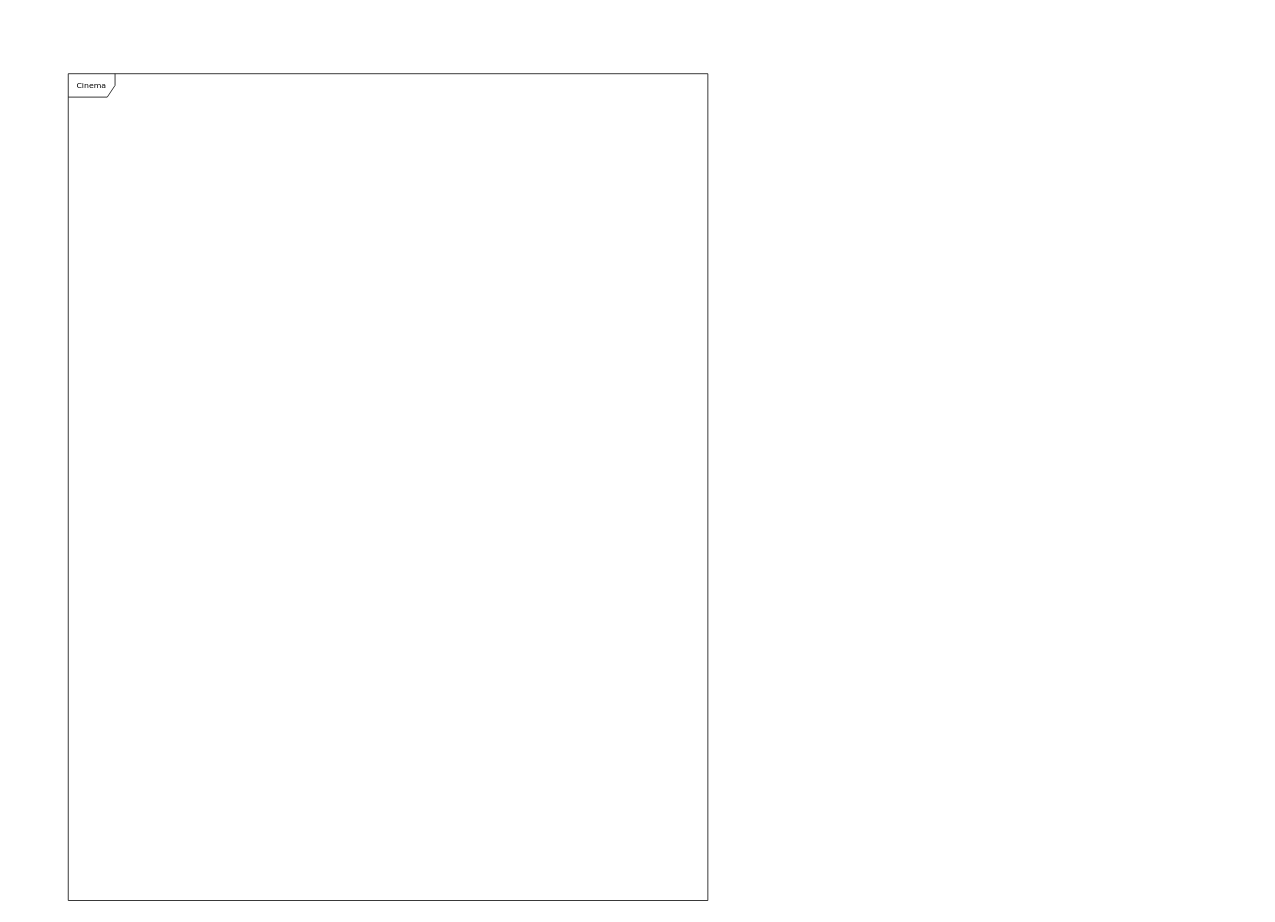
Before: Classes.drawio in hitchhiker1986/OEP_bigFinalHomeWork, a draw.io diagram. Source tidied: cells renumbered, new cells numbered last; positions are measured from the earlier drawing's top-left corner, leaving out a move shared by most shapes. Both pictures are drawn from the tidied source at 78%, with x=0, y=0 at pixel (68, 73).
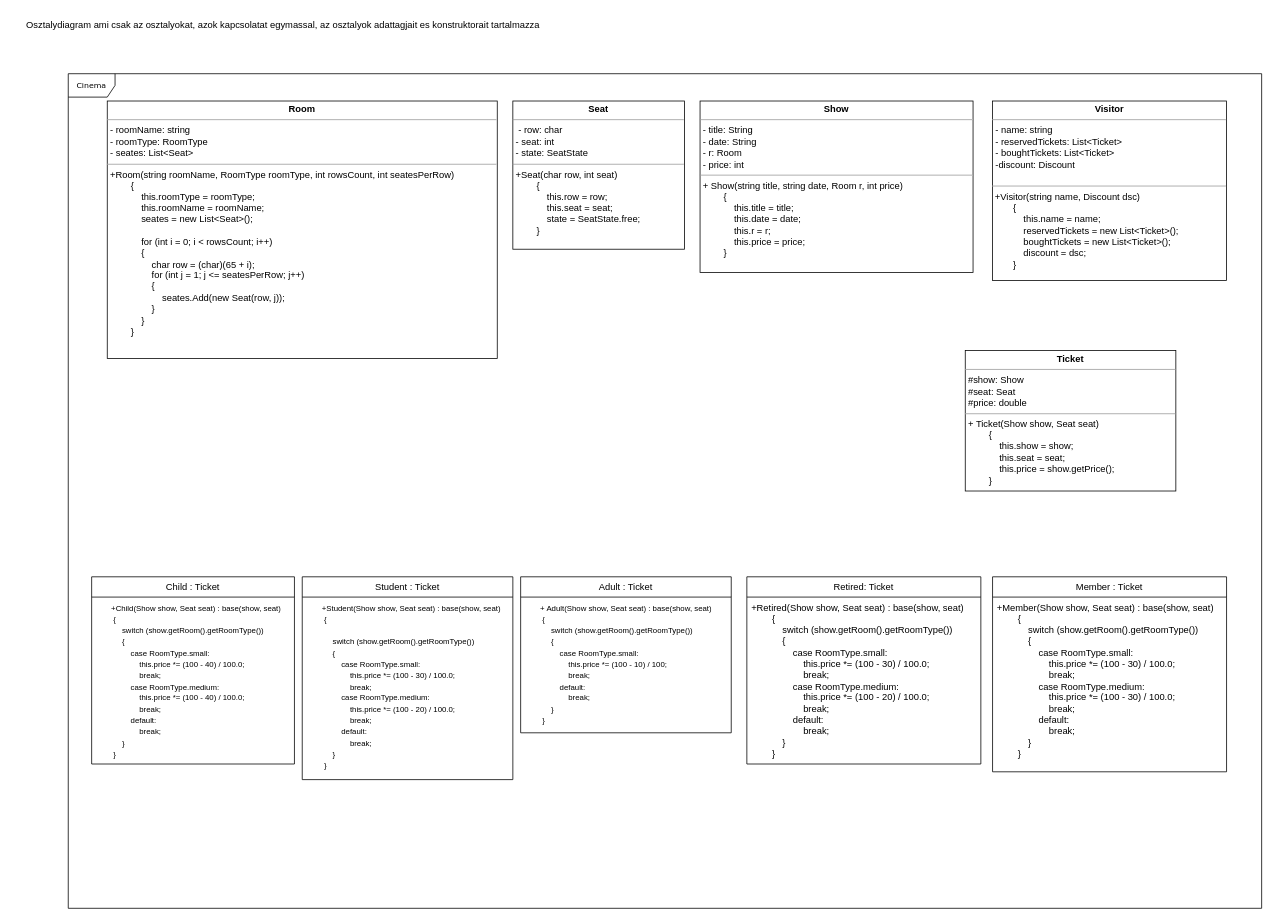
The same page after the edit.

Commit message:
Only connections missing

The edit, as a diff of the source:
```diff
@@
 <mxGraphModel>
   <root>
     <mxCell id="0" />
     <mxCell id="1" parent="0" />
     <mxCell id="2" value="Cinema" style="shape=umlFrame;whiteSpace=wrap;html=1;rounded=0;shadow=0;comic=0;labelBackgroundColor=none;strokeWidth=1;fontFamily=Verdana;fontSize=10;align=center;" parent="1" vertex="1">
-      <mxGeometry width="820" height="1060" as="geometry" />
+      <mxGeometry width="1530" height="1070" as="geometry" />
     </mxCell>
+    <mxCell id="3" value="&lt;p style=&quot;margin:0px;margin-top:4px;text-align:center;&quot;&gt;&lt;b&gt;Room&lt;/b&gt;&lt;/p&gt;&lt;hr size=&quot;1&quot;&gt;&lt;p style=&quot;margin:0px;margin-left:4px;&quot;&gt;- roomName: string&lt;/p&gt;&lt;p style=&quot;margin:0px;margin-left:4px;&quot;&gt;- roomType: RoomType&lt;br&gt;- seates: List&amp;lt;Seat&amp;gt;&lt;br&gt;&lt;/p&gt;&lt;hr size=&quot;1&quot;&gt;&lt;p style=&quot;margin:0px;margin-left:4px;&quot;&gt;+Room(string roomName, RoomType roomType, int rowsCount, int seatesPerRow) &lt;br&gt;&amp;nbsp;&amp;nbsp;&amp;nbsp;&amp;nbsp;&amp;nbsp;&amp;nbsp;&amp;nbsp; {&lt;br&gt;&amp;nbsp;&amp;nbsp;&amp;nbsp;&amp;nbsp;&amp;nbsp;&amp;nbsp;&amp;nbsp;&amp;nbsp;&amp;nbsp;&amp;nbsp;&amp;nbsp; this.roomType = roomType;&lt;br&gt;&amp;nbsp;&amp;nbsp;&amp;nbsp;&amp;nbsp;&amp;nbsp;&amp;nbsp;&amp;nbsp;&amp;nbsp;&amp;nbsp;&amp;nbsp;&amp;nbsp; this.roomName = roomName;&lt;br&gt;&amp;nbsp;&amp;nbsp;&amp;nbsp;&amp;nbsp;&amp;nbsp;&amp;nbsp;&amp;nbsp;&amp;nbsp;&amp;nbsp;&amp;nbsp;&amp;nbsp; seates = new List&amp;lt;Seat&amp;gt;();&lt;br&gt;&lt;br&gt;&amp;nbsp;&amp;nbsp;&amp;nbsp;&amp;nbsp;&amp;nbsp;&amp;nbsp;&amp;nbsp;&amp;nbsp;&amp;nbsp;&amp;nbsp;&amp;nbsp; for (int i = 0; i &amp;lt; rowsCount; i++)&lt;br&gt;&amp;nbsp;&amp;nbsp;&amp;nbsp;&amp;nbsp;&amp;nbsp;&amp;nbsp;&amp;nbsp;&amp;nbsp;&amp;nbsp;&amp;nbsp;&amp;nbsp; {&lt;br&gt;&amp;nbsp;&amp;nbsp;&amp;nbsp;&amp;nbsp;&amp;nbsp;&amp;nbsp;&amp;nbsp;&amp;nbsp;&amp;nbsp;&amp;nbsp;&amp;nbsp;&amp;nbsp;&amp;nbsp;&amp;nbsp;&amp;nbsp; char row = (char)(65 + i);&lt;br&gt;&amp;nbsp;&amp;nbsp;&amp;nbsp;&amp;nbsp;&amp;nbsp;&amp;nbsp;&amp;nbsp;&amp;nbsp;&amp;nbsp;&amp;nbsp;&amp;nbsp;&amp;nbsp;&amp;nbsp;&amp;nbsp;&amp;nbsp; for (int j = 1; j &amp;lt;= seatesPerRow; j++)&lt;br&gt;&amp;nbsp;&amp;nbsp;&amp;nbsp;&amp;nbsp;&amp;nbsp;&amp;nbsp;&amp;nbsp;&amp;nbsp;&amp;nbsp;&amp;nbsp;&amp;nbsp;&amp;nbsp;&amp;nbsp;&amp;nbsp;&amp;nbsp; {&lt;br&gt;&amp;nbsp;&amp;nbsp;&amp;nbsp;&amp;nbsp;&amp;nbsp;&amp;nbsp;&amp;nbsp;&amp;nbsp;&amp;nbsp;&amp;nbsp;&amp;nbsp;&amp;nbsp;&amp;nbsp;&amp;nbsp;&amp;nbsp;&amp;nbsp;&amp;nbsp;&amp;nbsp;&amp;nbsp; seates.Add(new Seat(row, j));&lt;br&gt;&amp;nbsp;&amp;nbsp;&amp;nbsp;&amp;nbsp;&amp;nbsp;&amp;nbsp;&amp;nbsp;&amp;nbsp;&amp;nbsp;&amp;nbsp;&amp;nbsp;&amp;nbsp;&amp;nbsp;&amp;nbsp;&amp;nbsp; }&lt;br&gt;&amp;nbsp;&amp;nbsp;&amp;nbsp;&amp;nbsp;&amp;nbsp;&amp;nbsp;&amp;nbsp;&amp;nbsp;&amp;nbsp;&amp;nbsp;&amp;nbsp; }&lt;br&gt;&amp;nbsp;&amp;nbsp;&amp;nbsp;&amp;nbsp;&amp;nbsp;&amp;nbsp;&amp;nbsp; }&lt;br&gt;&lt;/p&gt;" style="verticalAlign=top;align=left;overflow=fill;fontSize=12;fontFamily=Helvetica;html=1;whiteSpace=wrap;" parent="1" vertex="1">
+      <mxGeometry x="50" y="35" width="500" height="330" as="geometry" />
+    </mxCell>
+    <mxCell id="4" value="&lt;p style=&quot;margin:0px;margin-top:4px;text-align:center;&quot;&gt;&lt;b&gt;Seat&lt;/b&gt;&lt;br&gt;&lt;/p&gt;&lt;hr size=&quot;1&quot;&gt;&lt;p style=&quot;margin:0px;margin-left:4px;&quot;&gt;&amp;nbsp;- row: char&lt;br&gt;- seat: int&lt;br&gt;- state: SeatState&lt;br&gt;&lt;/p&gt;&lt;hr size=&quot;1&quot;&gt;&lt;p style=&quot;margin:0px;margin-left:4px;&quot;&gt;+Seat(char row, int seat)&lt;br&gt;&amp;nbsp;&amp;nbsp;&amp;nbsp;&amp;nbsp;&amp;nbsp;&amp;nbsp;&amp;nbsp; {&lt;br&gt;&amp;nbsp;&amp;nbsp;&amp;nbsp;&amp;nbsp;&amp;nbsp;&amp;nbsp;&amp;nbsp;&amp;nbsp;&amp;nbsp;&amp;nbsp;&amp;nbsp; this.row = row;&lt;br&gt;&amp;nbsp;&amp;nbsp;&amp;nbsp;&amp;nbsp;&amp;nbsp;&amp;nbsp;&amp;nbsp;&amp;nbsp;&amp;nbsp;&amp;nbsp;&amp;nbsp; this.seat = seat;&lt;br&gt;&amp;nbsp;&amp;nbsp;&amp;nbsp;&amp;nbsp;&amp;nbsp;&amp;nbsp;&amp;nbsp;&amp;nbsp;&amp;nbsp;&amp;nbsp;&amp;nbsp; state = SeatState.free;&lt;br&gt;&amp;nbsp;&amp;nbsp;&amp;nbsp;&amp;nbsp;&amp;nbsp;&amp;nbsp;&amp;nbsp; }&lt;br&gt;&lt;/p&gt;" style="verticalAlign=top;align=left;overflow=fill;fontSize=12;fontFamily=Helvetica;html=1;whiteSpace=wrap;" parent="1" vertex="1">
+      <mxGeometry x="570" y="35" width="220" height="190" as="geometry" />
+    </mxCell>
+    <mxCell id="5" value="&lt;p style=&quot;margin:0px;margin-top:4px;text-align:center;&quot;&gt;&lt;b&gt;Show&lt;/b&gt;&lt;br&gt;&lt;/p&gt;&lt;hr size=&quot;1&quot;&gt;&lt;p style=&quot;margin:0px;margin-left:4px;&quot;&gt;- title: String&lt;/p&gt;&lt;p style=&quot;margin:0px;margin-left:4px;&quot;&gt;- date: String&lt;/p&gt;&lt;p style=&quot;margin:0px;margin-left:4px;&quot;&gt;- r: Room&lt;/p&gt;&lt;p style=&quot;margin:0px;margin-left:4px;&quot;&gt;- price: int&lt;br&gt;&lt;/p&gt;&lt;hr size=&quot;1&quot;&gt;&lt;p style=&quot;margin:0px;margin-left:4px;&quot;&gt;+ Show(string title, string date, Room r, int price)&lt;br&gt;&amp;nbsp;&amp;nbsp;&amp;nbsp;&amp;nbsp;&amp;nbsp;&amp;nbsp;&amp;nbsp; {&lt;br&gt;&amp;nbsp;&amp;nbsp;&amp;nbsp;&amp;nbsp;&amp;nbsp;&amp;nbsp;&amp;nbsp;&amp;nbsp;&amp;nbsp;&amp;nbsp;&amp;nbsp; this.title = title;&lt;br&gt;&amp;nbsp;&amp;nbsp;&amp;nbsp;&amp;nbsp;&amp;nbsp;&amp;nbsp;&amp;nbsp;&amp;nbsp;&amp;nbsp;&amp;nbsp;&amp;nbsp; this.date = date;&lt;br&gt;&amp;nbsp;&amp;nbsp;&amp;nbsp;&amp;nbsp;&amp;nbsp;&amp;nbsp;&amp;nbsp;&amp;nbsp;&amp;nbsp;&amp;nbsp;&amp;nbsp; this.r = r;&lt;br&gt;&amp;nbsp;&amp;nbsp;&amp;nbsp;&amp;nbsp;&amp;nbsp;&amp;nbsp;&amp;nbsp;&amp;nbsp;&amp;nbsp;&amp;nbsp;&amp;nbsp; this.price = price;&lt;br&gt;&amp;nbsp;&amp;nbsp;&amp;nbsp;&amp;nbsp;&amp;nbsp;&amp;nbsp;&amp;nbsp; }&lt;br&gt;&lt;/p&gt;" style="verticalAlign=top;align=left;overflow=fill;fontSize=12;fontFamily=Helvetica;html=1;whiteSpace=wrap;" parent="1" vertex="1">
+      <mxGeometry x="810" y="35" width="350" height="220" as="geometry" />
+    </mxCell>
+    <mxCell id="6" value="&lt;p style=&quot;margin:0px;margin-top:4px;text-align:center;&quot;&gt;&lt;b&gt;Visitor&lt;/b&gt;&lt;br&gt;&lt;/p&gt;&lt;hr size=&quot;1&quot;&gt;&lt;p style=&quot;margin:0px;margin-left:4px;&quot;&gt;- name: string&lt;br&gt;- reservedTickets: List&amp;lt;Ticket&amp;gt;&lt;/p&gt;&lt;p style=&quot;margin:0px;margin-left:4px;&quot;&gt;- boughtTickets: List&amp;lt;Ticket&amp;gt;&lt;/p&gt;&lt;p style=&quot;margin:0px;margin-left:4px;&quot;&gt;-discount: Discount&lt;br&gt;&lt;/p&gt;&lt;p style=&quot;margin:0px;margin-left:4px;&quot;&gt;&lt;br&gt;&lt;/p&gt;&lt;hr size=&quot;1&quot;&gt;&amp;nbsp;+Visitor(string name, Discount dsc) &lt;br&gt;&amp;nbsp;&amp;nbsp;&amp;nbsp;&amp;nbsp;&amp;nbsp;&amp;nbsp;&amp;nbsp; {&lt;br&gt;&amp;nbsp;&amp;nbsp;&amp;nbsp;&amp;nbsp;&amp;nbsp;&amp;nbsp;&amp;nbsp;&amp;nbsp;&amp;nbsp;&amp;nbsp;&amp;nbsp; this.name = name;&lt;br&gt;&amp;nbsp;&amp;nbsp;&amp;nbsp;&amp;nbsp;&amp;nbsp;&amp;nbsp;&amp;nbsp;&amp;nbsp;&amp;nbsp;&amp;nbsp;&amp;nbsp; reservedTickets = new List&amp;lt;Ticket&amp;gt;();&lt;br&gt;&amp;nbsp;&amp;nbsp;&amp;nbsp;&amp;nbsp;&amp;nbsp;&amp;nbsp;&amp;nbsp;&amp;nbsp;&amp;nbsp;&amp;nbsp;&amp;nbsp; boughtTickets = new List&amp;lt;Ticket&amp;gt;();&lt;br&gt;&amp;nbsp;&amp;nbsp;&amp;nbsp;&amp;nbsp;&amp;nbsp;&amp;nbsp;&amp;nbsp;&amp;nbsp;&amp;nbsp;&amp;nbsp;&amp;nbsp; discount = dsc;&lt;br&gt;&amp;nbsp;&amp;nbsp;&amp;nbsp;&amp;nbsp;&amp;nbsp;&amp;nbsp;&amp;nbsp; }" style="verticalAlign=top;align=left;overflow=fill;fontSize=12;fontFamily=Helvetica;html=1;whiteSpace=wrap;" parent="1" vertex="1">
+      <mxGeometry x="1185" y="35" width="300" height="230" as="geometry" />
+    </mxCell>
+    <mxCell id="7" value="&lt;p style=&quot;margin:0px;margin-top:4px;text-align:center;&quot;&gt;&lt;b&gt;Ticket&lt;/b&gt;&lt;br&gt;&lt;/p&gt;&lt;hr size=&quot;1&quot;&gt;&lt;p style=&quot;margin:0px;margin-left:4px;&quot;&gt;#show: Show&lt;/p&gt;&lt;p style=&quot;margin:0px;margin-left:4px;&quot;&gt;#seat: Seat&lt;/p&gt;&lt;p style=&quot;margin:0px;margin-left:4px;&quot;&gt;#price: double&lt;br&gt;&lt;/p&gt;&lt;hr size=&quot;1&quot;&gt;&lt;p style=&quot;margin:0px;margin-left:4px;&quot;&gt;+ Ticket(Show show, Seat seat)&lt;br&gt;&amp;nbsp;&amp;nbsp;&amp;nbsp;&amp;nbsp;&amp;nbsp;&amp;nbsp;&amp;nbsp; {&lt;br&gt;&amp;nbsp;&amp;nbsp;&amp;nbsp;&amp;nbsp;&amp;nbsp;&amp;nbsp;&amp;nbsp;&amp;nbsp;&amp;nbsp;&amp;nbsp;&amp;nbsp; this.show = show;&lt;br&gt;&amp;nbsp;&amp;nbsp;&amp;nbsp;&amp;nbsp;&amp;nbsp;&amp;nbsp;&amp;nbsp;&amp;nbsp;&amp;nbsp;&amp;nbsp;&amp;nbsp; this.seat = seat;&lt;br&gt;&amp;nbsp;&amp;nbsp;&amp;nbsp;&amp;nbsp;&amp;nbsp;&amp;nbsp;&amp;nbsp;&amp;nbsp;&amp;nbsp;&amp;nbsp;&amp;nbsp; this.price = show.getPrice();&lt;br&gt;&amp;nbsp;&amp;nbsp;&amp;nbsp;&amp;nbsp;&amp;nbsp;&amp;nbsp;&amp;nbsp; }&lt;/p&gt;" style="verticalAlign=top;align=left;overflow=fill;fontSize=12;fontFamily=Helvetica;html=1;whiteSpace=wrap;" parent="1" vertex="1">
+      <mxGeometry x="1150" y="355" width="270" height="180" as="geometry" />
+    </mxCell>
+    <mxCell id="8" value="Osztalydiagram ami csak az osztalyokat, azok kapcsolatat egymassal, az osztalyok adattagjait es konstruktorait tartalmazza" style="text;html=1;align=center;verticalAlign=middle;strokeColor=none;fillColor=none;" parent="1" vertex="1">
+      <mxGeometry x="-70" y="-77" width="690" height="30" as="geometry" />
+    </mxCell>
+    <mxCell id="9" value="Child : Ticket" style="swimlane;fontStyle=0;horizontal=1;startSize=26;fillColor=none;whiteSpace=wrap;html=1;" parent="1" vertex="1">
+      <mxGeometry x="30" y="645" width="260" height="240" as="geometry" />
+    </mxCell>
+    <mxCell id="10" value="&lt;font style=&quot;font-size: 10px;&quot;&gt;&amp;nbsp;&amp;nbsp;&amp;nbsp;&amp;nbsp;&amp;nbsp;&amp;nbsp; +Child(Show show, Seat seat) : base(show, seat) &lt;br&gt;&amp;nbsp;&amp;nbsp;&amp;nbsp;&amp;nbsp;&amp;nbsp;&amp;nbsp;&amp;nbsp; {&lt;br&gt;&amp;nbsp;&amp;nbsp;&amp;nbsp;&amp;nbsp;&amp;nbsp;&amp;nbsp;&amp;nbsp;&amp;nbsp;&amp;nbsp;&amp;nbsp;&amp;nbsp; switch (show.getRoom().getRoomType())&lt;br&gt;&amp;nbsp;&amp;nbsp;&amp;nbsp;&amp;nbsp;&amp;nbsp;&amp;nbsp;&amp;nbsp;&amp;nbsp;&amp;nbsp;&amp;nbsp;&amp;nbsp; {&lt;br&gt;&amp;nbsp;&amp;nbsp;&amp;nbsp;&amp;nbsp;&amp;nbsp;&amp;nbsp;&amp;nbsp;&amp;nbsp;&amp;nbsp;&amp;nbsp;&amp;nbsp;&amp;nbsp;&amp;nbsp;&amp;nbsp;&amp;nbsp; case RoomType.small:&lt;br&gt;&amp;nbsp;&amp;nbsp;&amp;nbsp;&amp;nbsp;&amp;nbsp;&amp;nbsp;&amp;nbsp;&amp;nbsp;&amp;nbsp;&amp;nbsp;&amp;nbsp;&amp;nbsp;&amp;nbsp;&amp;nbsp;&amp;nbsp;&amp;nbsp;&amp;nbsp;&amp;nbsp;&amp;nbsp; this.price *= (100 - 40) / 100.0;&lt;br&gt;&amp;nbsp;&amp;nbsp;&amp;nbsp;&amp;nbsp;&amp;nbsp;&amp;nbsp;&amp;nbsp;&amp;nbsp;&amp;nbsp;&amp;nbsp;&amp;nbsp;&amp;nbsp;&amp;nbsp;&amp;nbsp;&amp;nbsp;&amp;nbsp;&amp;nbsp;&amp;nbsp;&amp;nbsp; break;&lt;br&gt;&amp;nbsp;&amp;nbsp;&amp;nbsp;&amp;nbsp;&amp;nbsp;&amp;nbsp;&amp;nbsp;&amp;nbsp;&amp;nbsp;&amp;nbsp;&amp;nbsp;&amp;nbsp;&amp;nbsp;&amp;nbsp;&amp;nbsp; case RoomType.medium:&lt;br&gt;&amp;nbsp;&amp;nbsp;&amp;nbsp;&amp;nbsp;&amp;nbsp;&amp;nbsp;&amp;nbsp;&amp;nbsp;&amp;nbsp;&amp;nbsp;&amp;nbsp;&amp;nbsp;&amp;nbsp;&amp;nbsp;&amp;nbsp;&amp;nbsp;&amp;nbsp;&amp;nbsp;&amp;nbsp; this.price *= (100 - 40) / 100.0;&lt;br&gt;&amp;nbsp;&amp;nbsp;&amp;nbsp;&amp;nbsp;&amp;nbsp;&amp;nbsp;&amp;nbsp;&amp;nbsp;&amp;nbsp;&amp;nbsp;&amp;nbsp;&amp;nbsp;&amp;nbsp;&amp;nbsp;&amp;nbsp;&amp;nbsp;&amp;nbsp;&amp;nbsp;&amp;nbsp; break;&lt;br&gt;&amp;nbsp;&amp;nbsp;&amp;nbsp;&amp;nbsp;&amp;nbsp;&amp;nbsp;&amp;nbsp;&amp;nbsp;&amp;nbsp;&amp;nbsp;&amp;nbsp;&amp;nbsp;&amp;nbsp;&amp;nbsp;&amp;nbsp; default:&lt;br&gt;&amp;nbsp;&amp;nbsp;&amp;nbsp;&amp;nbsp;&amp;nbsp;&amp;nbsp;&amp;nbsp;&amp;nbsp;&amp;nbsp;&amp;nbsp;&amp;nbsp;&amp;nbsp;&amp;nbsp;&amp;nbsp;&amp;nbsp;&amp;nbsp;&amp;nbsp;&amp;nbsp;&amp;nbsp; break;&lt;br&gt;&amp;nbsp;&amp;nbsp;&amp;nbsp;&amp;nbsp;&amp;nbsp;&amp;nbsp;&amp;nbsp;&amp;nbsp;&amp;nbsp;&amp;nbsp;&amp;nbsp; }&lt;br&gt;&amp;nbsp;&amp;nbsp;&amp;nbsp;&amp;nbsp;&amp;nbsp;&amp;nbsp;&amp;nbsp; }&lt;/font&gt;" style="text;strokeColor=none;fillColor=none;align=left;verticalAlign=top;spacingLeft=4;spacingRight=4;overflow=hidden;whiteSpace=wrap;html=1;" parent="9" vertex="1">
+      <mxGeometry y="26" width="260" height="214" as="geometry" />
+    </mxCell>
+    <mxCell id="11" value="Student : Ticket" style="swimlane;fontStyle=0;horizontal=1;startSize=26;fillColor=none;whiteSpace=wrap;html=1;" parent="1" vertex="1">
+      <mxGeometry x="300" y="645" width="270" height="260" as="geometry" />
+    </mxCell>
+    <mxCell id="12" value="&lt;font style=&quot;font-size: 10px;&quot;&gt;&amp;nbsp;&amp;nbsp;&amp;nbsp;&amp;nbsp;&amp;nbsp;&amp;nbsp; +Student(Show show, Seat seat) : base(show, seat) &lt;br&gt;&amp;nbsp;&amp;nbsp;&amp;nbsp;&amp;nbsp;&amp;nbsp;&amp;nbsp;&amp;nbsp; {&lt;br&gt;&lt;br&gt;&amp;nbsp;&amp;nbsp;&amp;nbsp;&amp;nbsp;&amp;nbsp;&amp;nbsp;&amp;nbsp;&amp;nbsp;&amp;nbsp;&amp;nbsp;&amp;nbsp; switch (show.getRoom().getRoomType())&lt;br&gt;&amp;nbsp;&amp;nbsp;&amp;nbsp;&amp;nbsp;&amp;nbsp;&amp;nbsp;&amp;nbsp;&amp;nbsp;&amp;nbsp;&amp;nbsp;&amp;nbsp; {&lt;br&gt;&amp;nbsp;&amp;nbsp;&amp;nbsp;&amp;nbsp;&amp;nbsp;&amp;nbsp;&amp;nbsp;&amp;nbsp;&amp;nbsp;&amp;nbsp;&amp;nbsp;&amp;nbsp;&amp;nbsp;&amp;nbsp;&amp;nbsp; case RoomType.small:&lt;br&gt;&amp;nbsp;&amp;nbsp;&amp;nbsp;&amp;nbsp;&amp;nbsp;&amp;nbsp;&amp;nbsp;&amp;nbsp;&amp;nbsp;&amp;nbsp;&amp;nbsp;&amp;nbsp;&amp;nbsp;&amp;nbsp;&amp;nbsp;&amp;nbsp;&amp;nbsp;&amp;nbsp;&amp;nbsp; this.price *= (100 - 30) / 100.0;&lt;br&gt;&amp;nbsp;&amp;nbsp;&amp;nbsp;&amp;nbsp;&amp;nbsp;&amp;nbsp;&amp;nbsp;&amp;nbsp;&amp;nbsp;&amp;nbsp;&amp;nbsp;&amp;nbsp;&amp;nbsp;&amp;nbsp;&amp;nbsp;&amp;nbsp;&amp;nbsp;&amp;nbsp;&amp;nbsp; break;&lt;br&gt;&amp;nbsp;&amp;nbsp;&amp;nbsp;&amp;nbsp;&amp;nbsp;&amp;nbsp;&amp;nbsp;&amp;nbsp;&amp;nbsp;&amp;nbsp;&amp;nbsp;&amp;nbsp;&amp;nbsp;&amp;nbsp;&amp;nbsp; case RoomType.medium:&lt;br&gt;&amp;nbsp;&amp;nbsp;&amp;nbsp;&amp;nbsp;&amp;nbsp;&amp;nbsp;&amp;nbsp;&amp;nbsp;&amp;nbsp;&amp;nbsp;&amp;nbsp;&amp;nbsp;&amp;nbsp;&amp;nbsp;&amp;nbsp;&amp;nbsp;&amp;nbsp;&amp;nbsp;&amp;nbsp; this.price *= (100 - 20) / 100.0;&lt;br&gt;&amp;nbsp;&amp;nbsp;&amp;nbsp;&amp;nbsp;&amp;nbsp;&amp;nbsp;&amp;nbsp;&amp;nbsp;&amp;nbsp;&amp;nbsp;&amp;nbsp;&amp;nbsp;&amp;nbsp;&amp;nbsp;&amp;nbsp;&amp;nbsp;&amp;nbsp;&amp;nbsp;&amp;nbsp; break;&lt;br&gt;&amp;nbsp;&amp;nbsp;&amp;nbsp;&amp;nbsp;&amp;nbsp;&amp;nbsp;&amp;nbsp;&amp;nbsp;&amp;nbsp;&amp;nbsp;&amp;nbsp;&amp;nbsp;&amp;nbsp;&amp;nbsp;&amp;nbsp; default:&lt;br&gt;&amp;nbsp;&amp;nbsp;&amp;nbsp;&amp;nbsp;&amp;nbsp;&amp;nbsp;&amp;nbsp;&amp;nbsp;&amp;nbsp;&amp;nbsp;&amp;nbsp;&amp;nbsp;&amp;nbsp;&amp;nbsp;&amp;nbsp;&amp;nbsp;&amp;nbsp;&amp;nbsp;&amp;nbsp; break;&lt;br&gt;&amp;nbsp;&amp;nbsp;&amp;nbsp;&amp;nbsp;&amp;nbsp;&amp;nbsp;&amp;nbsp;&amp;nbsp;&amp;nbsp;&amp;nbsp;&amp;nbsp; }&lt;br&gt;&amp;nbsp;&amp;nbsp;&amp;nbsp;&amp;nbsp;&amp;nbsp;&amp;nbsp;&amp;nbsp; }&lt;/font&gt;" style="text;strokeColor=none;fillColor=none;align=left;verticalAlign=top;spacingLeft=4;spacingRight=4;overflow=hidden;whiteSpace=wrap;html=1;" parent="11" vertex="1">
+      <mxGeometry y="26" width="270" height="234" as="geometry" />
+    </mxCell>
+    <mxCell id="13" value="Adult : Ticket" style="swimlane;fontStyle=0;horizontal=1;startSize=26;fillColor=none;whiteSpace=wrap;html=1;" parent="1" vertex="1">
+      <mxGeometry x="580" y="645" width="270" height="200" as="geometry" />
+    </mxCell>
+    <mxCell id="14" value="&lt;font style=&quot;font-size: 10px;&quot;&gt;&amp;nbsp;&amp;nbsp;&amp;nbsp;&amp;nbsp;&amp;nbsp;&amp;nbsp; + Adult(Show show, Seat seat) : base(show, seat) &lt;br&gt;&amp;nbsp;&amp;nbsp;&amp;nbsp;&amp;nbsp;&amp;nbsp;&amp;nbsp;&amp;nbsp; {&lt;br&gt;&amp;nbsp;&amp;nbsp;&amp;nbsp;&amp;nbsp;&amp;nbsp;&amp;nbsp;&amp;nbsp;&amp;nbsp;&amp;nbsp;&amp;nbsp;&amp;nbsp; switch (show.getRoom().getRoomType())&lt;br&gt;&amp;nbsp;&amp;nbsp;&amp;nbsp;&amp;nbsp;&amp;nbsp;&amp;nbsp;&amp;nbsp;&amp;nbsp;&amp;nbsp;&amp;nbsp;&amp;nbsp; {&lt;br&gt;&amp;nbsp;&amp;nbsp;&amp;nbsp;&amp;nbsp;&amp;nbsp;&amp;nbsp;&amp;nbsp;&amp;nbsp;&amp;nbsp;&amp;nbsp;&amp;nbsp;&amp;nbsp;&amp;nbsp;&amp;nbsp;&amp;nbsp; case RoomType.small:&lt;br&gt;&amp;nbsp;&amp;nbsp;&amp;nbsp;&amp;nbsp;&amp;nbsp;&amp;nbsp;&amp;nbsp;&amp;nbsp;&amp;nbsp;&amp;nbsp;&amp;nbsp;&amp;nbsp;&amp;nbsp;&amp;nbsp;&amp;nbsp;&amp;nbsp;&amp;nbsp;&amp;nbsp;&amp;nbsp; this.price *= (100 - 10) / 100;&lt;br&gt;&amp;nbsp;&amp;nbsp;&amp;nbsp;&amp;nbsp;&amp;nbsp;&amp;nbsp;&amp;nbsp;&amp;nbsp;&amp;nbsp;&amp;nbsp;&amp;nbsp;&amp;nbsp;&amp;nbsp;&amp;nbsp;&amp;nbsp;&amp;nbsp;&amp;nbsp;&amp;nbsp;&amp;nbsp; break;&lt;br&gt;&amp;nbsp;&amp;nbsp;&amp;nbsp;&amp;nbsp;&amp;nbsp;&amp;nbsp;&amp;nbsp;&amp;nbsp;&amp;nbsp;&amp;nbsp;&amp;nbsp;&amp;nbsp;&amp;nbsp;&amp;nbsp;&amp;nbsp; default:&lt;br&gt;&amp;nbsp;&amp;nbsp;&amp;nbsp;&amp;nbsp;&amp;nbsp;&amp;nbsp;&amp;nbsp;&amp;nbsp;&amp;nbsp;&amp;nbsp;&amp;nbsp;&amp;nbsp;&amp;nbsp;&amp;nbsp;&amp;nbsp;&amp;nbsp;&amp;nbsp;&amp;nbsp;&amp;nbsp; break;&lt;br&gt;&amp;nbsp;&amp;nbsp;&amp;nbsp;&amp;nbsp;&amp;nbsp;&amp;nbsp;&amp;nbsp;&amp;nbsp;&amp;nbsp;&amp;nbsp;&amp;nbsp; }&lt;br&gt;&amp;nbsp;&amp;nbsp;&amp;nbsp;&amp;nbsp;&amp;nbsp;&amp;nbsp;&amp;nbsp; }&lt;/font&gt;" style="text;strokeColor=none;fillColor=none;align=left;verticalAlign=top;spacingLeft=4;spacingRight=4;overflow=hidden;whiteSpace=wrap;html=1;" parent="13" vertex="1">
+      <mxGeometry y="26" width="270" height="174" as="geometry" />
+    </mxCell>
+    <mxCell id="15" value="Member : Ticket" style="swimlane;fontStyle=0;horizontal=1;startSize=26;fillColor=none;whiteSpace=wrap;html=1;" parent="1" vertex="1">
+      <mxGeometry x="1185" y="645" width="300" height="250" as="geometry" />
+    </mxCell>
+    <mxCell id="16" value="+Member(Show show, Seat seat) : base(show, seat) &lt;br&gt;&amp;nbsp;&amp;nbsp;&amp;nbsp;&amp;nbsp;&amp;nbsp;&amp;nbsp;&amp;nbsp; {&lt;br&gt;&amp;nbsp;&amp;nbsp;&amp;nbsp;&amp;nbsp;&amp;nbsp;&amp;nbsp;&amp;nbsp;&amp;nbsp;&amp;nbsp;&amp;nbsp;&amp;nbsp; switch (show.getRoom().getRoomType())&lt;br&gt;&amp;nbsp;&amp;nbsp;&amp;nbsp;&amp;nbsp;&amp;nbsp;&amp;nbsp;&amp;nbsp;&amp;nbsp;&amp;nbsp;&amp;nbsp;&amp;nbsp; {&lt;br&gt;&amp;nbsp;&amp;nbsp;&amp;nbsp;&amp;nbsp;&amp;nbsp;&amp;nbsp;&amp;nbsp;&amp;nbsp;&amp;nbsp;&amp;nbsp;&amp;nbsp;&amp;nbsp;&amp;nbsp;&amp;nbsp;&amp;nbsp; case RoomType.small:&lt;br&gt;&amp;nbsp;&amp;nbsp;&amp;nbsp;&amp;nbsp;&amp;nbsp;&amp;nbsp;&amp;nbsp;&amp;nbsp;&amp;nbsp;&amp;nbsp;&amp;nbsp;&amp;nbsp;&amp;nbsp;&amp;nbsp;&amp;nbsp;&amp;nbsp;&amp;nbsp;&amp;nbsp;&amp;nbsp; this.price *= (100 - 30) / 100.0;&lt;br&gt;&amp;nbsp;&amp;nbsp;&amp;nbsp;&amp;nbsp;&amp;nbsp;&amp;nbsp;&amp;nbsp;&amp;nbsp;&amp;nbsp;&amp;nbsp;&amp;nbsp;&amp;nbsp;&amp;nbsp;&amp;nbsp;&amp;nbsp;&amp;nbsp;&amp;nbsp;&amp;nbsp;&amp;nbsp; break;&lt;br&gt;&amp;nbsp;&amp;nbsp;&amp;nbsp;&amp;nbsp;&amp;nbsp;&amp;nbsp;&amp;nbsp;&amp;nbsp;&amp;nbsp;&amp;nbsp;&amp;nbsp;&amp;nbsp;&amp;nbsp;&amp;nbsp;&amp;nbsp; case RoomType.medium:&lt;br&gt;&amp;nbsp;&amp;nbsp;&amp;nbsp;&amp;nbsp;&amp;nbsp;&amp;nbsp;&amp;nbsp;&amp;nbsp;&amp;nbsp;&amp;nbsp;&amp;nbsp;&amp;nbsp;&amp;nbsp;&amp;nbsp;&amp;nbsp;&amp;nbsp;&amp;nbsp;&amp;nbsp;&amp;nbsp; this.price *= (100 - 30) / 100.0;&lt;br&gt;&amp;nbsp;&amp;nbsp;&amp;nbsp;&amp;nbsp;&amp;nbsp;&amp;nbsp;&amp;nbsp;&amp;nbsp;&amp;nbsp;&amp;nbsp;&amp;nbsp;&amp;nbsp;&amp;nbsp;&amp;nbsp;&amp;nbsp;&amp;nbsp;&amp;nbsp;&amp;nbsp;&amp;nbsp; break;&lt;br&gt;&amp;nbsp;&amp;nbsp;&amp;nbsp;&amp;nbsp;&amp;nbsp;&amp;nbsp;&amp;nbsp;&amp;nbsp;&amp;nbsp;&amp;nbsp;&amp;nbsp;&amp;nbsp;&amp;nbsp;&amp;nbsp;&amp;nbsp; default:&lt;br&gt;&amp;nbsp;&amp;nbsp;&amp;nbsp;&amp;nbsp;&amp;nbsp;&amp;nbsp;&amp;nbsp;&amp;nbsp;&amp;nbsp;&amp;nbsp;&amp;nbsp;&amp;nbsp;&amp;nbsp;&amp;nbsp;&amp;nbsp;&amp;nbsp;&amp;nbsp;&amp;nbsp;&amp;nbsp; break;&lt;br&gt;&amp;nbsp;&amp;nbsp;&amp;nbsp;&amp;nbsp;&amp;nbsp;&amp;nbsp;&amp;nbsp;&amp;nbsp;&amp;nbsp;&amp;nbsp;&amp;nbsp; }&lt;br&gt;&amp;nbsp;&amp;nbsp;&amp;nbsp;&amp;nbsp;&amp;nbsp;&amp;nbsp;&amp;nbsp; }" style="text;strokeColor=none;fillColor=none;align=left;verticalAlign=top;spacingLeft=4;spacingRight=4;overflow=hidden;whiteSpace=wrap;html=1;" parent="15" vertex="1">
+      <mxGeometry y="26" width="300" height="224" as="geometry" />
+    </mxCell>
+    <mxCell id="17" value="Retired: Ticket" style="swimlane;fontStyle=0;horizontal=1;startSize=26;fillColor=none;whiteSpace=wrap;html=1;" parent="1" vertex="1">
+      <mxGeometry x="870" y="645" width="300" height="240" as="geometry" />
+    </mxCell>
+    <mxCell id="18" value="+Retired(Show show, Seat seat) : base(show, seat) &lt;br&gt;&amp;nbsp;&amp;nbsp;&amp;nbsp;&amp;nbsp;&amp;nbsp;&amp;nbsp;&amp;nbsp; {&lt;br&gt;&amp;nbsp;&amp;nbsp;&amp;nbsp;&amp;nbsp;&amp;nbsp;&amp;nbsp;&amp;nbsp;&amp;nbsp;&amp;nbsp;&amp;nbsp;&amp;nbsp; switch (show.getRoom().getRoomType())&lt;br&gt;&amp;nbsp;&amp;nbsp;&amp;nbsp;&amp;nbsp;&amp;nbsp;&amp;nbsp;&amp;nbsp;&amp;nbsp;&amp;nbsp;&amp;nbsp;&amp;nbsp; {&lt;br&gt;&amp;nbsp;&amp;nbsp;&amp;nbsp;&amp;nbsp;&amp;nbsp;&amp;nbsp;&amp;nbsp;&amp;nbsp;&amp;nbsp;&amp;nbsp;&amp;nbsp;&amp;nbsp;&amp;nbsp;&amp;nbsp;&amp;nbsp; case RoomType.small:&lt;br&gt;&amp;nbsp;&amp;nbsp;&amp;nbsp;&amp;nbsp;&amp;nbsp;&amp;nbsp;&amp;nbsp;&amp;nbsp;&amp;nbsp;&amp;nbsp;&amp;nbsp;&amp;nbsp;&amp;nbsp;&amp;nbsp;&amp;nbsp;&amp;nbsp;&amp;nbsp;&amp;nbsp;&amp;nbsp; this.price *= (100 - 30) / 100.0;&lt;br&gt;&amp;nbsp;&amp;nbsp;&amp;nbsp;&amp;nbsp;&amp;nbsp;&amp;nbsp;&amp;nbsp;&amp;nbsp;&amp;nbsp;&amp;nbsp;&amp;nbsp;&amp;nbsp;&amp;nbsp;&amp;nbsp;&amp;nbsp;&amp;nbsp;&amp;nbsp;&amp;nbsp;&amp;nbsp; break;&lt;br&gt;&amp;nbsp;&amp;nbsp;&amp;nbsp;&amp;nbsp;&amp;nbsp;&amp;nbsp;&amp;nbsp;&amp;nbsp;&amp;nbsp;&amp;nbsp;&amp;nbsp;&amp;nbsp;&amp;nbsp;&amp;nbsp;&amp;nbsp; case RoomType.medium:&lt;br&gt;&amp;nbsp;&amp;nbsp;&amp;nbsp;&amp;nbsp;&amp;nbsp;&amp;nbsp;&amp;nbsp;&amp;nbsp;&amp;nbsp;&amp;nbsp;&amp;nbsp;&amp;nbsp;&amp;nbsp;&amp;nbsp;&amp;nbsp;&amp;nbsp;&amp;nbsp;&amp;nbsp;&amp;nbsp; this.price *= (100 - 20) / 100.0;&lt;br&gt;&amp;nbsp;&amp;nbsp;&amp;nbsp;&amp;nbsp;&amp;nbsp;&amp;nbsp;&amp;nbsp;&amp;nbsp;&amp;nbsp;&amp;nbsp;&amp;nbsp;&amp;nbsp;&amp;nbsp;&amp;nbsp;&amp;nbsp;&amp;nbsp;&amp;nbsp;&amp;nbsp;&amp;nbsp; break;&lt;br&gt;&amp;nbsp;&amp;nbsp;&amp;nbsp;&amp;nbsp;&amp;nbsp;&amp;nbsp;&amp;nbsp;&amp;nbsp;&amp;nbsp;&amp;nbsp;&amp;nbsp;&amp;nbsp;&amp;nbsp;&amp;nbsp;&amp;nbsp; default:&lt;br&gt;&amp;nbsp;&amp;nbsp;&amp;nbsp;&amp;nbsp;&amp;nbsp;&amp;nbsp;&amp;nbsp;&amp;nbsp;&amp;nbsp;&amp;nbsp;&amp;nbsp;&amp;nbsp;&amp;nbsp;&amp;nbsp;&amp;nbsp;&amp;nbsp;&amp;nbsp;&amp;nbsp;&amp;nbsp; break;&lt;br&gt;&amp;nbsp;&amp;nbsp;&amp;nbsp;&amp;nbsp;&amp;nbsp;&amp;nbsp;&amp;nbsp;&amp;nbsp;&amp;nbsp;&amp;nbsp;&amp;nbsp; }&amp;nbsp;&amp;nbsp;&amp;nbsp;&amp;nbsp;&amp;nbsp;&amp;nbsp;&amp;nbsp; &amp;nbsp;&lt;br&gt;&amp;nbsp;&amp;nbsp;&amp;nbsp;&amp;nbsp;&amp;nbsp;&amp;nbsp;&amp;nbsp; }" style="text;strokeColor=none;fillColor=none;align=left;verticalAlign=top;spacingLeft=4;spacingRight=4;overflow=hidden;whiteSpace=wrap;html=1;" parent="17" vertex="1">
+      <mxGeometry y="26" width="300" height="214" as="geometry" />
+    </mxCell>
   </root>
 </mxGraphModel>
```
